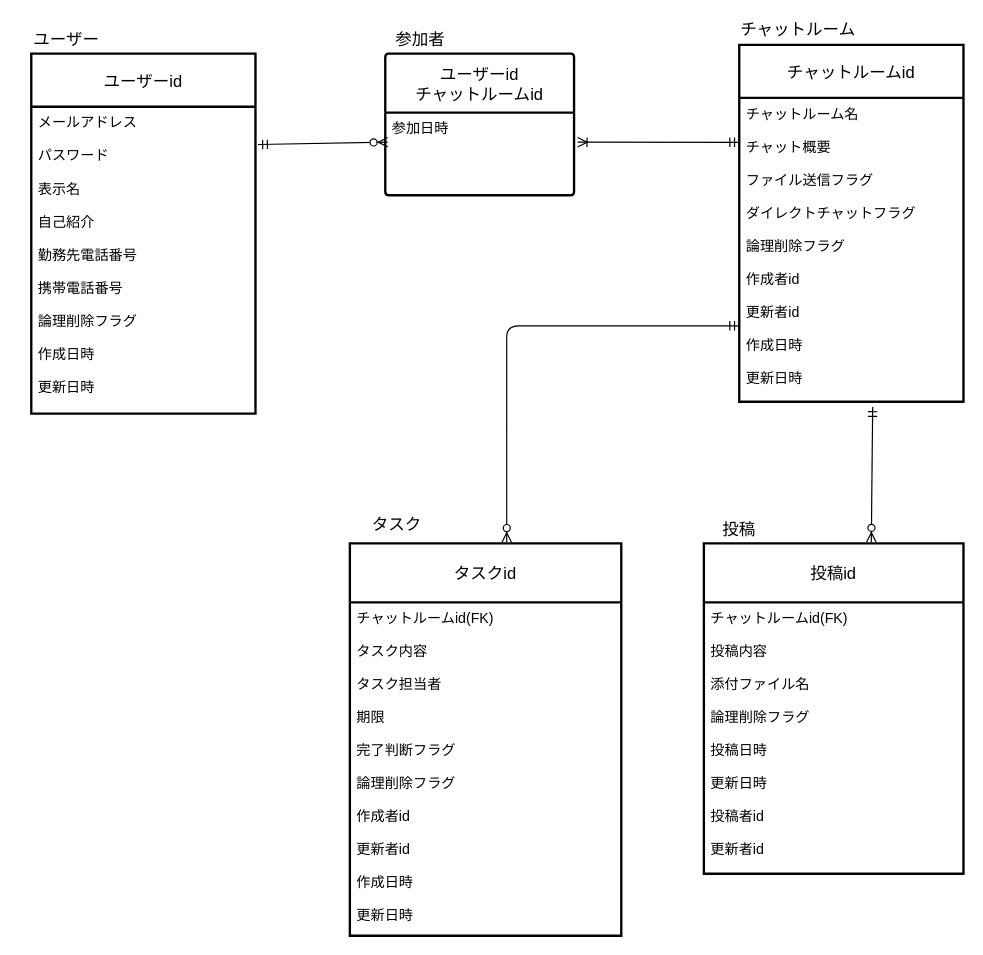
Earlier version of the draw.io diagram db/db-challenge1/db-challenge1.drawio (MunehiroMachida/quelcode-db). Source tidied: cells renumbered, new cells numbered last; positions are measured from the earlier drawing's top-left corner, leaving out a move shared by most shapes. Both pictures are drawn from the tidied source at 118%, with x=0, y=0 at pixel (19, 22).
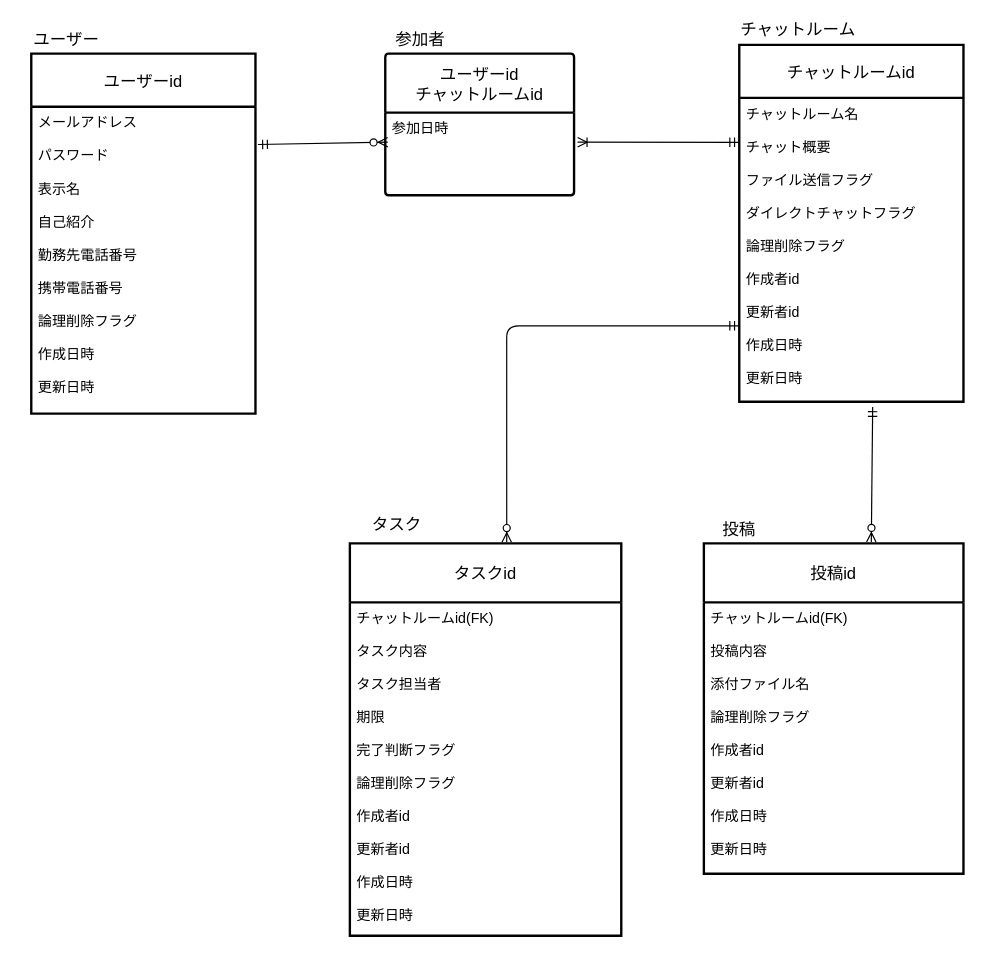
The same diagram, later.

Commit message:
投稿テーブル修正

Unchanged cells that the change refers to:
```xml
<mxCell id="13" value="投稿id" style="swimlane;horizontal=1;startSize=50;rounded=1;fontSize=14;fontStyle=0;strokeWidth=2;shadow=0;dashed=0;align=center;arcSize=0;" parent="1" vertex="1">
  <mxGeometry x="580" y="441" width="220" height="280" as="geometry" />
</mxCell>
```

Change to the diagram source:
```diff
@@
-    <mxCell id="14" value="チャットルームid(FK)&#10;&#10;投稿内容&#10;&#10;添付ファイル名&#10;&#10;論理削除フラグ&#10;&#10;投稿日時&#10;&#10;更新日時&#10;&#10;投稿者id&#10;&#10;更新者id" style="align=left;strokeColor=none;fillColor=none;spacingLeft=4;fontSize=12;verticalAlign=top;" parent="13" vertex="1">
+    <mxCell id="14" value="チャットルームid(FK)&#10;&#10;投稿内容&#10;&#10;添付ファイル名&#10;&#10;論理削除フラグ&#10;&#10;作成者id&#10;&#10;更新者id&#10;&#10;作成日時&#10;&#10;更新日時" style="align=left;strokeColor=none;fillColor=none;spacingLeft=4;fontSize=12;verticalAlign=top;" parent="13" vertex="1">
       <mxGeometry y="50" width="220" height="230" as="geometry" />
     </mxCell>
```
